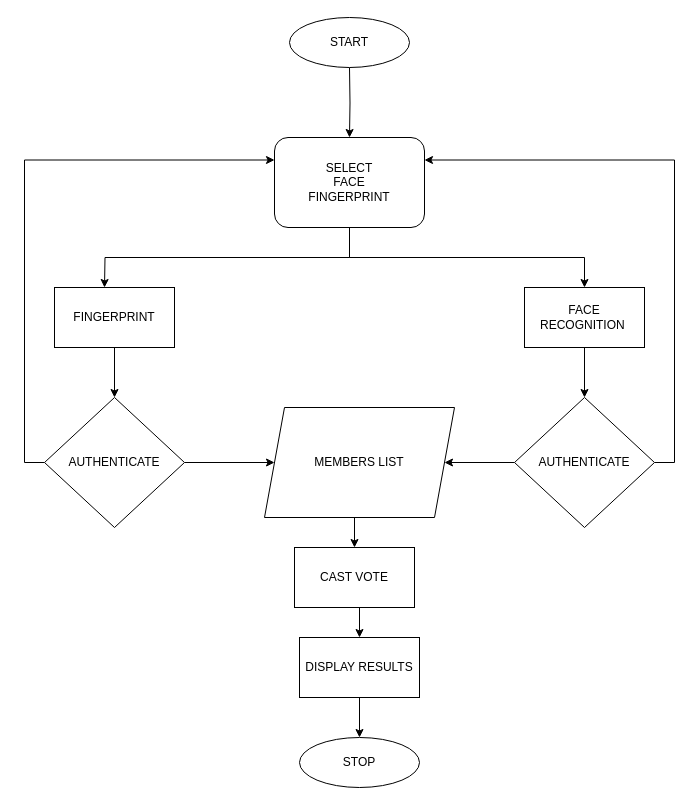
This is Untitled Diagram.drawio from ernest028/monty, a draw.io file, before an edit. Source tidied: cells renumbered, new cells numbered last; positions are measured from the earlier drawing's top-left corner, leaving out a move shared by most shapes. Both pictures are drawn from the tidied source at 100%, with x=0, y=0 at pixel (44, 17).
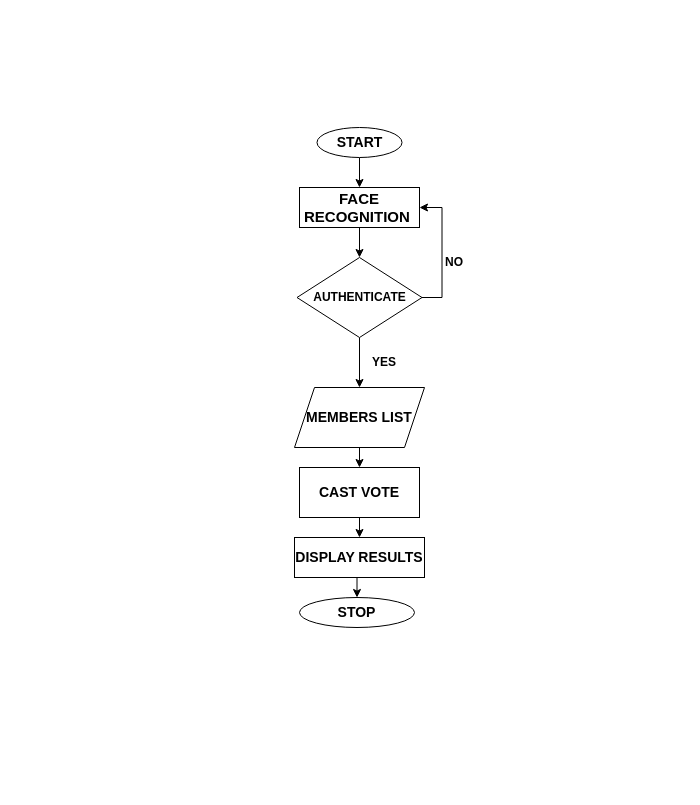
Above is the later version.

What changed in the source:
```diff
@@
-    <mxCell id="2" style="edgeStyle=orthogonalEdgeStyle;rounded=0;jettySize=auto;html=1;exitX=0.5;exitY=1;exitDx=0;exitDy=0;entryX=0.5;entryY=0;entryDx=0;entryDy=0;" parent="1" edge="1" target="22">
-      <mxGeometry relative="1" as="geometry">
-        <mxPoint x="305" y="50" as="sourcePoint" />
-      </mxGeometry>
-    </mxCell>
-    <mxCell id="3" style="edgeStyle=orthogonalEdgeStyle;rounded=0;jettySize=auto;html=1;exitX=1;exitY=0.5;exitDx=0;exitDy=0;entryX=0;entryY=0.5;entryDx=0;entryDy=0;" parent="1" edge="1" source="5" target="9">
-      <mxGeometry relative="1" as="geometry" />
-    </mxCell>
-    <mxCell id="4" style="edgeStyle=orthogonalEdgeStyle;rounded=0;jettySize=auto;html=1;exitX=0;exitY=0.5;exitDx=0;exitDy=0;entryX=0;entryY=0.25;entryDx=0;entryDy=0;" parent="1" edge="1" source="5" target="22">
-      <mxGeometry relative="1" as="geometry" />
-    </mxCell>
-    <mxCell id="5" value="AUTHENTICATE" style="rhombus;whiteSpace=wrap;html=1;" parent="1" vertex="1">
-      <mxGeometry y="380" width="140" height="130" as="geometry" />
-    </mxCell>
-    <mxCell id="6" style="edgeStyle=orthogonalEdgeStyle;rounded=0;jettySize=auto;html=1;exitX=0.5;exitY=1;exitDx=0;exitDy=0;entryX=0.5;entryY=0;entryDx=0;entryDy=0;" parent="1" edge="1" source="7" target="5">
-      <mxGeometry relative="1" as="geometry" />
-    </mxCell>
-    <mxCell id="7" value="FINGERPRINT" style="rounded=0;whiteSpace=wrap;html=1;" parent="1" vertex="1">
-      <mxGeometry x="10" y="270" width="120" height="60" as="geometry" />
-    </mxCell>
@@
-    <mxCell id="9" value="MEMBERS LIST" style="shape=parallelogram;perimeter=parallelogramPerimeter;whiteSpace=wrap;html=1;fixedSize=1;" parent="1" vertex="1">
-      <mxGeometry x="220" y="390" width="190" height="110" as="geometry" />
+    <mxCell id="9" value="&lt;font style=&quot;font-size: 14px;&quot;&gt;&lt;b&gt;MEMBERS LIST&lt;/b&gt;&lt;/font&gt;" style="shape=parallelogram;perimeter=parallelogramPerimeter;whiteSpace=wrap;html=1;fixedSize=1;" parent="1" vertex="1">
+      <mxGeometry x="250" y="370" width="130" height="60" as="geometry" />
     </mxCell>
-    <mxCell id="10" value="STOP" style="ellipse;whiteSpace=wrap;html=1;" parent="1" vertex="1">
-      <mxGeometry x="255" y="720" width="120" height="50" as="geometry" />
+    <mxCell id="10" value="&lt;font style=&quot;font-size: 14px;&quot;&gt;&lt;b&gt;STOP&lt;/b&gt;&lt;/font&gt;" style="ellipse;whiteSpace=wrap;html=1;" parent="1" vertex="1">
+      <mxGeometry x="255" y="580" width="115" height="30" as="geometry" />
     </mxCell>
-    <mxCell id="11" style="edgeStyle=orthogonalEdgeStyle;rounded=0;jettySize=auto;html=1;exitX=0.5;exitY=1;exitDx=0;exitDy=0;entryX=0.5;entryY=0;entryDx=0;entryDy=0;" parent="1" edge="1" source="12" target="15">
+    <mxCell id="11" style="edgeStyle=orthogonalEdgeStyle;rounded=0;jettySize=auto;html=1;" parent="1" edge="1" source="12" target="15">
       <mxGeometry relative="1" as="geometry" />
     </mxCell>
-    <mxCell id="12" value="FACE RECOGNITION&amp;nbsp;" style="rounded=0;whiteSpace=wrap;html=1;" parent="1" vertex="1">
-      <mxGeometry x="480" y="270" width="120" height="60" as="geometry" />
+    <mxCell id="12" value="&lt;b&gt;&lt;font style=&quot;font-size: 15px;&quot;&gt;FACE RECOGNITION&amp;nbsp;&lt;/font&gt;&lt;/b&gt;" style="rounded=0;whiteSpace=wrap;html=1;" parent="1" vertex="1">
+      <mxGeometry x="255" y="170" width="120" height="40" as="geometry" />
     </mxCell>
-    <mxCell id="13" style="edgeStyle=orthogonalEdgeStyle;rounded=0;jettySize=auto;html=1;exitX=0;exitY=0.5;exitDx=0;exitDy=0;" parent="1" edge="1" source="15" target="9">
+    <mxCell id="13" style="edgeStyle=orthogonalEdgeStyle;rounded=0;jettySize=auto;html=1;exitX=0.5;exitY=1;exitDx=0;exitDy=0;entryX=0.5;entryY=0;entryDx=0;entryDy=0;" parent="1" edge="1" source="15" target="9">
       <mxGeometry relative="1" as="geometry" />
     </mxCell>
-    <mxCell id="14" style="edgeStyle=orthogonalEdgeStyle;rounded=0;jettySize=auto;html=1;exitX=1;exitY=0.5;exitDx=0;exitDy=0;entryX=1;entryY=0.25;entryDx=0;entryDy=0;" parent="1" edge="1" source="15" target="22">
-      <mxGeometry relative="1" as="geometry" />
-    </mxCell>
+    <mxCell id="24" style="edgeStyle=orthogonalEdgeStyle;rounded=0;jettySize=auto;html=1;exitX=1;exitY=0.5;exitDx=0;exitDy=0;entryX=1;entryY=0.5;entryDx=0;entryDy=0;" parent="1" edge="1" source="15" target="12">
+      <mxGeometry relative="1" as="geometry" />
+    </mxCell>
-    <mxCell id="15" value="AUTHENTICATE" style="rhombus;whiteSpace=wrap;html=1;" parent="1" vertex="1">
-      <mxGeometry x="470" y="380" width="140" height="130" as="geometry" />
+    <mxCell id="15" value="&lt;b&gt;AUTHENTICATE&lt;/b&gt;" style="rhombus;whiteSpace=wrap;html=1;" parent="1" vertex="1">
+      <mxGeometry x="252.5" y="240" width="125" height="80" as="geometry" />
     </mxCell>
@@
-    <mxCell id="17" value="DISPLAY RESULTS" style="rounded=0;whiteSpace=wrap;html=1;" parent="1" vertex="1">
-      <mxGeometry x="255" y="620" width="120" height="60" as="geometry" />
+    <mxCell id="17" value="&lt;font style=&quot;font-size: 14px;&quot;&gt;&lt;b&gt;DISPLAY RESULTS&lt;/b&gt;&lt;/font&gt;" style="rounded=0;whiteSpace=wrap;html=1;" parent="1" vertex="1">
+      <mxGeometry x="250" y="520" width="130" height="40" as="geometry" />
     </mxCell>
@@
-    <mxCell id="19" value="CAST VOTE" style="rounded=0;whiteSpace=wrap;html=1;" parent="1" vertex="1">
-      <mxGeometry x="250" y="530" width="120" height="60" as="geometry" />
+    <mxCell id="19" value="&lt;font style=&quot;font-size: 14px;&quot;&gt;&lt;b&gt;CAST VOTE&lt;/b&gt;&lt;/font&gt;" style="rounded=0;whiteSpace=wrap;html=1;" parent="1" vertex="1">
+      <mxGeometry x="255" y="450" width="120" height="50" as="geometry" />
     </mxCell>
-    <mxCell id="20" style="edgeStyle=orthogonalEdgeStyle;rounded=0;jettySize=auto;html=1;exitX=0.5;exitY=1;exitDx=0;exitDy=0;" parent="1" edge="1" source="22">
-      <mxGeometry relative="1" as="geometry">
-        <mxPoint x="60" y="270" as="targetPoint" />
-      </mxGeometry>
-    </mxCell>
-    <mxCell id="21" style="edgeStyle=orthogonalEdgeStyle;rounded=0;jettySize=auto;html=1;exitX=0.5;exitY=1;exitDx=0;exitDy=0;entryX=0.5;entryY=0;entryDx=0;entryDy=0;" parent="1" edge="1" source="22" target="12">
-      <mxGeometry relative="1" as="geometry" />
-    </mxCell>
-    <mxCell id="22" value="SELECT&lt;div&gt;FACE&lt;/div&gt;&lt;div&gt;FINGERPRINT&lt;/div&gt;" style="rounded=1;whiteSpace=wrap;html=1;" parent="1" vertex="1">
-      <mxGeometry x="230" y="120" width="150" height="90" as="geometry" />
-    </mxCell>
+    <mxCell id="25" style="edgeStyle=orthogonalEdgeStyle;rounded=0;jettySize=auto;html=1;" parent="1" edge="1" source="23" target="12">
+      <mxGeometry relative="1" as="geometry" />
+    </mxCell>
-    <mxCell id="23" value="START" style="ellipse;whiteSpace=wrap;html=1;" parent="1" vertex="1">
-      <mxGeometry x="245" width="120" height="50" as="geometry" />
+    <mxCell id="23" value="&lt;font style=&quot;font-size: 14px;&quot;&gt;&lt;b&gt;START&lt;/b&gt;&lt;/font&gt;" style="ellipse;whiteSpace=wrap;html=1;" parent="1" vertex="1">
+      <mxGeometry x="272.5" y="110" width="85" height="30" as="geometry" />
     </mxCell>
+    <mxCell id="26" value="&lt;b&gt;YES&lt;/b&gt;" style="text;html=1;align=center;verticalAlign=middle;whiteSpace=wrap;rounded=0;" parent="1" vertex="1">
+      <mxGeometry x="310" y="330" width="60" height="30" as="geometry" />
+    </mxCell>
+    <mxCell id="27" value="&lt;b&gt;NO&lt;/b&gt;" style="text;html=1;align=center;verticalAlign=middle;whiteSpace=wrap;rounded=0;" parent="1" vertex="1">
+      <mxGeometry x="380" y="230" width="60" height="30" as="geometry" />
+    </mxCell>
```
